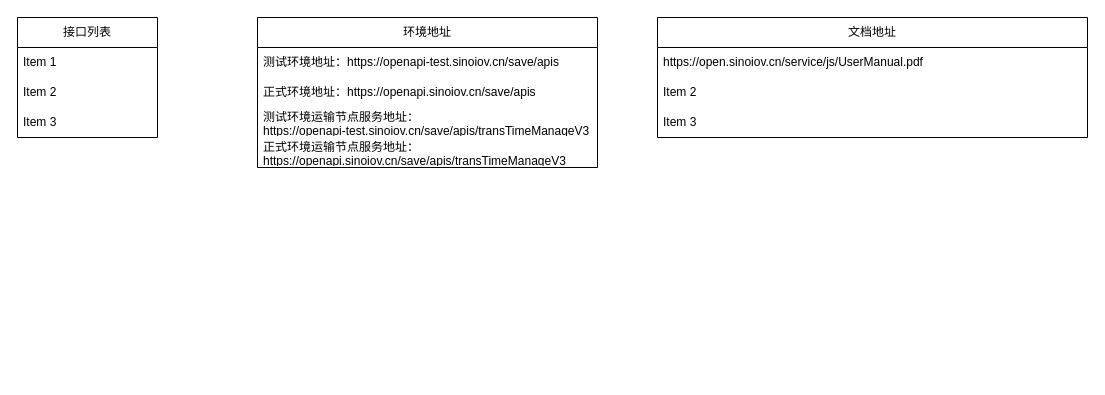
The draw.io diagram 接口对接-中交兴路.drawio in XiongZen/QJReconstitution, before the edit. Source tidied: cells renumbered, new cells numbered last; positions are measured from the earlier drawing's top-left corner, leaving out a move shared by most shapes. Both pictures are drawn from the tidied source at 100%, with x=0, y=0 at pixel (17, 17).
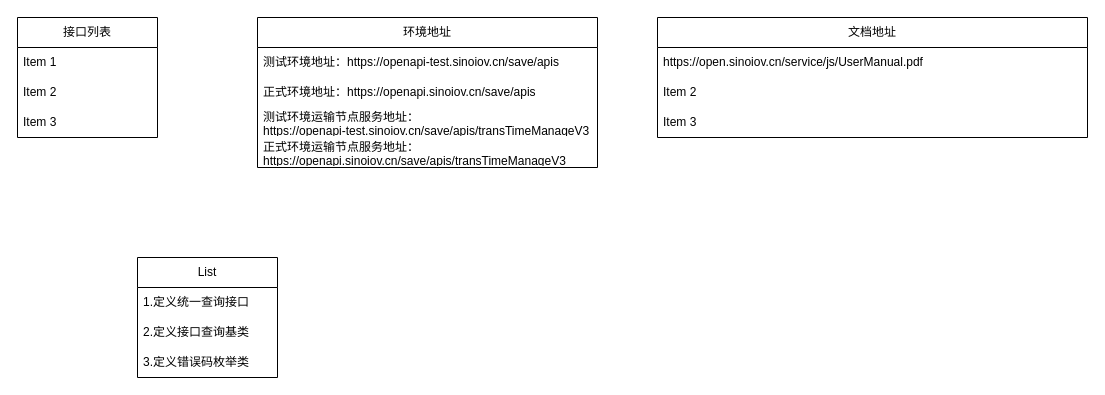
After the change.

Commit message (it also covers changes not shown here):
Update 接口对接-中交兴路.drawio

What changed in the source:
```diff
@@
 <mxGraphModel>
   <root>
     <mxCell id="0" />
     <mxCell id="1" parent="0" />
     <mxCell id="2" value="接口列表" style="swimlane;fontStyle=0;horizontal=1;startSize=30;whiteSpace=wrap;html=1;" parent="1" vertex="1">
       <mxGeometry width="140" height="120" as="geometry" />
     </mxCell>
     <mxCell id="3" value="Item 1" style="text;strokeColor=none;fillColor=none;align=left;verticalAlign=middle;spacingLeft=4;spacingRight=4;overflow=hidden;whiteSpace=wrap;html=1;" parent="2" vertex="1">
       <mxGeometry y="30" width="140" height="30" as="geometry" />
     </mxCell>
     <mxCell id="4" value="Item 2" style="text;strokeColor=none;fillColor=none;align=left;verticalAlign=middle;spacingLeft=4;spacingRight=4;overflow=hidden;whiteSpace=wrap;html=1;" parent="2" vertex="1">
       <mxGeometry y="60" width="140" height="30" as="geometry" />
     </mxCell>
     <mxCell id="5" value="Item 3" style="text;strokeColor=none;fillColor=none;align=left;verticalAlign=middle;spacingLeft=4;spacingRight=4;overflow=hidden;whiteSpace=wrap;html=1;" parent="2" vertex="1">
       <mxGeometry y="90" width="140" height="30" as="geometry" />
     </mxCell>
     <mxCell id="6" value="环境地址" style="swimlane;fontStyle=0;horizontal=1;startSize=30;whiteSpace=wrap;html=1;" parent="1" vertex="1">
       <mxGeometry x="240" width="340" height="150" as="geometry" />
     </mxCell>
     <mxCell id="7" value="测试环境地址：https://openapi-test.sinoiov.cn/save/apis" style="text;strokeColor=none;fillColor=none;align=left;verticalAlign=middle;spacingLeft=4;spacingRight=4;overflow=hidden;whiteSpace=wrap;html=1;" parent="6" vertex="1">
       <mxGeometry y="30" width="340" height="30" as="geometry" />
     </mxCell>
     <mxCell id="8" value="&lt;div&gt;正式环境地址：https://openapi.sinoiov.cn/save/apis&lt;/div&gt;" style="text;strokeColor=none;fillColor=none;align=left;verticalAlign=middle;spacingLeft=4;spacingRight=4;overflow=hidden;whiteSpace=wrap;html=1;" parent="6" vertex="1">
       <mxGeometry y="60" width="340" height="30" as="geometry" />
     </mxCell>
     <mxCell id="9" value="&lt;div&gt;测试环境运输节点服务地址：&lt;/div&gt;&lt;div&gt;https://openapi-test.sinoiov.cn/save/apis/transTimeManageV3&lt;/div&gt;" style="text;strokeColor=none;fillColor=none;align=left;verticalAlign=middle;spacingLeft=4;spacingRight=4;overflow=hidden;whiteSpace=wrap;html=1;" parent="6" vertex="1">
       <mxGeometry y="90" width="340" height="30" as="geometry" />
     </mxCell>
     <mxCell id="10" value="&lt;div&gt;正式环境运输节点服务地址：&lt;/div&gt;&lt;div&gt;https://openapi.sinoiov.cn/save/apis/transTimeManageV3&lt;/div&gt;" style="text;strokeColor=none;fillColor=none;align=left;verticalAlign=middle;spacingLeft=4;spacingRight=4;overflow=hidden;whiteSpace=wrap;html=1;" parent="6" vertex="1">
       <mxGeometry y="120" width="340" height="30" as="geometry" />
     </mxCell>
     <mxCell id="11" value="文档地址" style="swimlane;fontStyle=0;horizontal=1;startSize=30;whiteSpace=wrap;html=1;" parent="1" vertex="1">
       <mxGeometry x="640" width="430" height="120" as="geometry" />
     </mxCell>
     <mxCell id="12" value="https://open.sinoiov.cn/service/js/UserManual.pdf" style="text;strokeColor=none;fillColor=none;align=left;verticalAlign=middle;spacingLeft=4;spacingRight=4;overflow=hidden;whiteSpace=wrap;html=1;" parent="11" vertex="1">
       <mxGeometry y="30" width="430" height="30" as="geometry" />
     </mxCell>
     <mxCell id="13" value="Item 2" style="text;strokeColor=none;fillColor=none;align=left;verticalAlign=middle;spacingLeft=4;spacingRight=4;overflow=hidden;whiteSpace=wrap;html=1;" parent="11" vertex="1">
       <mxGeometry y="60" width="430" height="30" as="geometry" />
     </mxCell>
     <mxCell id="14" value="Item 3" style="text;strokeColor=none;fillColor=none;align=left;verticalAlign=middle;spacingLeft=4;spacingRight=4;overflow=hidden;whiteSpace=wrap;html=1;" parent="11" vertex="1">
       <mxGeometry y="90" width="430" height="30" as="geometry" />
     </mxCell>
+    <mxCell id="15" value="List" style="swimlane;fontStyle=0;horizontal=1;startSize=30;whiteSpace=wrap;html=1;" parent="1" vertex="1">
+      <mxGeometry x="120" y="240" width="140" height="120" as="geometry" />
+    </mxCell>
+    <mxCell id="16" value="1.定义统一查询接口" style="text;strokeColor=none;fillColor=none;align=left;verticalAlign=middle;spacingLeft=4;spacingRight=4;overflow=hidden;whiteSpace=wrap;html=1;" parent="15" vertex="1">
+      <mxGeometry y="30" width="140" height="30" as="geometry" />
+    </mxCell>
+    <mxCell id="17" value="2.定义接口查询基类" style="text;strokeColor=none;fillColor=none;align=left;verticalAlign=middle;spacingLeft=4;spacingRight=4;overflow=hidden;whiteSpace=wrap;html=1;" parent="15" vertex="1">
+      <mxGeometry y="60" width="140" height="30" as="geometry" />
+    </mxCell>
+    <mxCell id="18" value="3.定义错误码枚举类" style="text;strokeColor=none;fillColor=none;align=left;verticalAlign=middle;spacingLeft=4;spacingRight=4;overflow=hidden;whiteSpace=wrap;html=1;" parent="15" vertex="1">
+      <mxGeometry y="90" width="140" height="30" as="geometry" />
+    </mxCell>
   </root>
 </mxGraphModel>
```
